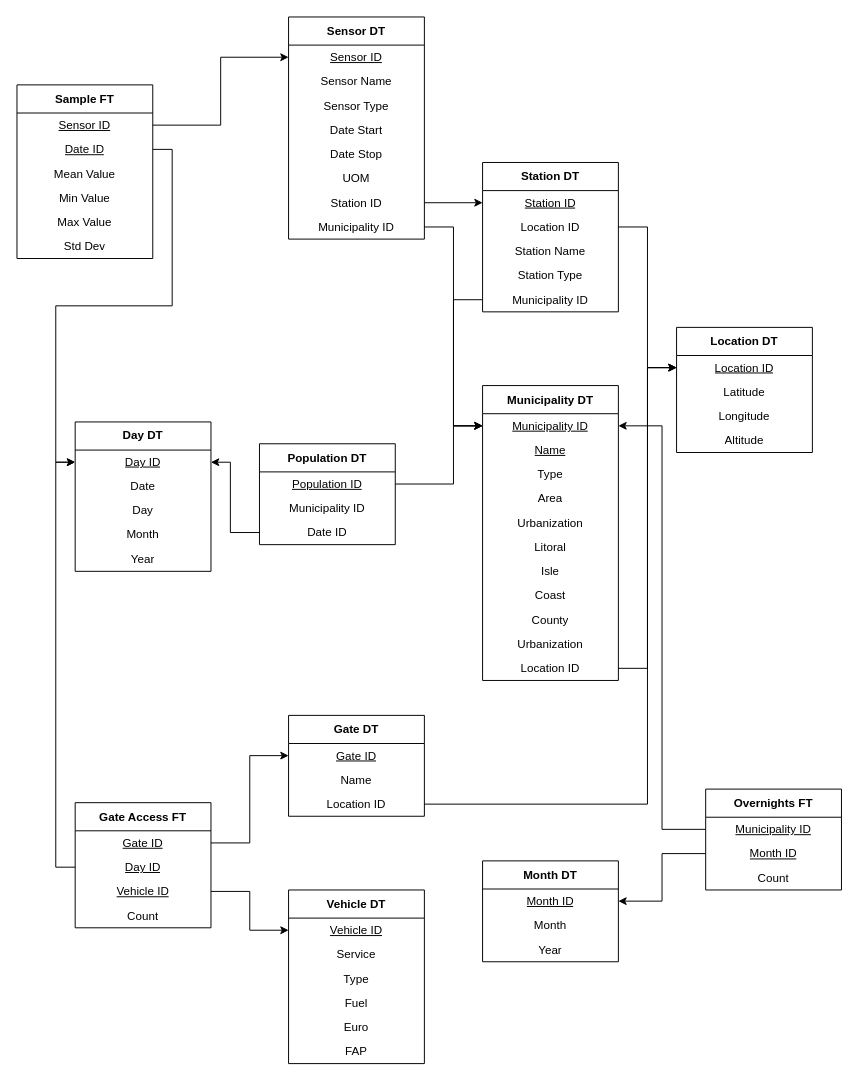
acossi-giorgio/exploring-lombardy-through-data keeps this draw.io diagram as docs/schema/design.drawio. Above is the earlier version. Source tidied: cells renumbered, new cells numbered last; positions are measured from the earlier drawing's top-left corner, leaving out a move shared by most shapes. Both pictures are drawn from the tidied source at 97%, with x=0, y=0 at pixel (16, 16).
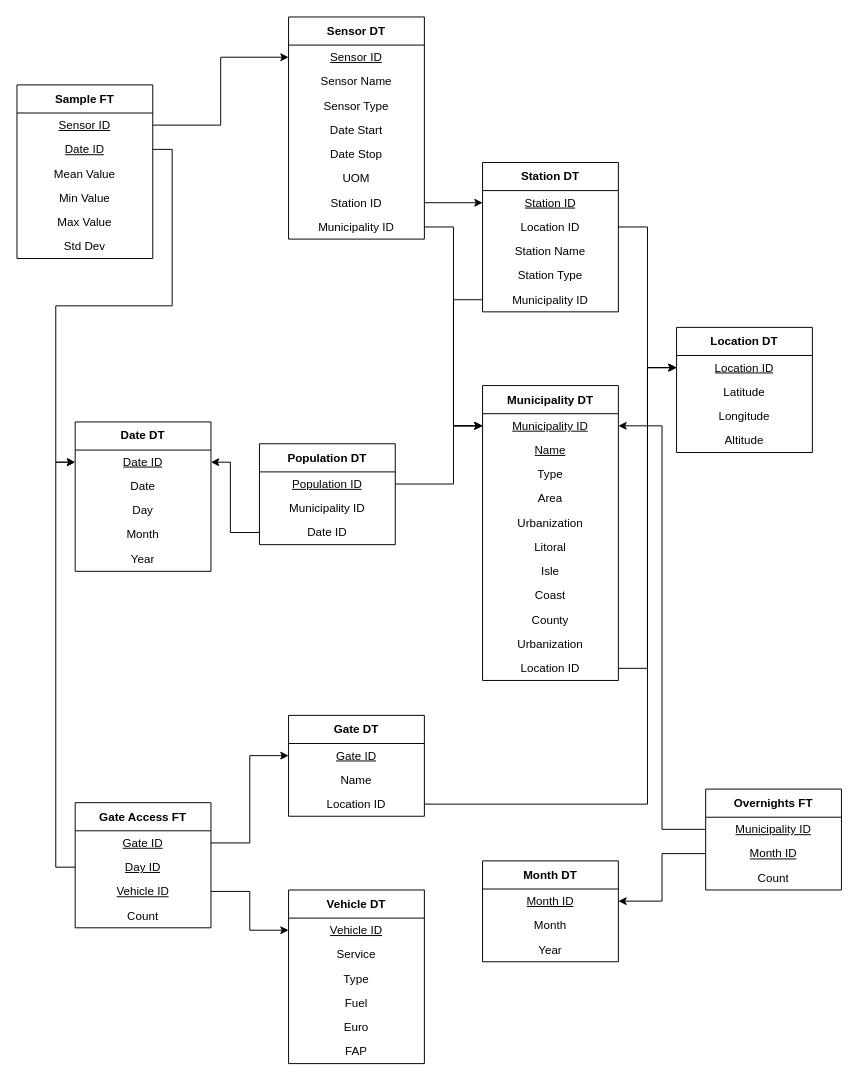
The same page after the edit.

Diff of the diagram source:
```diff
@@
-    <mxCell id="2" value="Day DT" style="swimlane;fontStyle=1;align=center;verticalAlign=middle;horizontal=1;startSize=29;html=1;whiteSpace=wrap;" parent="1" vertex="1">
+    <mxCell id="2" value="Date DT" style="swimlane;fontStyle=1;align=center;verticalAlign=middle;horizontal=1;startSize=29;html=1;whiteSpace=wrap;" parent="1" vertex="1">
       <mxGeometry x="60" y="417.5" width="140" height="154" as="geometry" />
     </mxCell>
-    <mxCell id="3" value="&lt;u&gt;Day ID&lt;/u&gt;" style="text;html=1;strokeColor=none;fillColor=none;align=center;verticalAlign=middle;spacingLeft=4;spacingRight=4;overflow=hidden;points=[[0,0.5],[1,0.5]];portConstraint=eastwest;whiteSpace=wrap;" parent="2" vertex="1">
+    <mxCell id="3" value="&lt;u&gt;Date ID&lt;/u&gt;" style="text;html=1;strokeColor=none;fillColor=none;align=center;verticalAlign=middle;spacingLeft=4;spacingRight=4;overflow=hidden;points=[[0,0.5],[1,0.5]];portConstraint=eastwest;whiteSpace=wrap;" parent="2" vertex="1">
       <mxGeometry y="29" width="140" height="25" as="geometry" />
     </mxCell>
```
